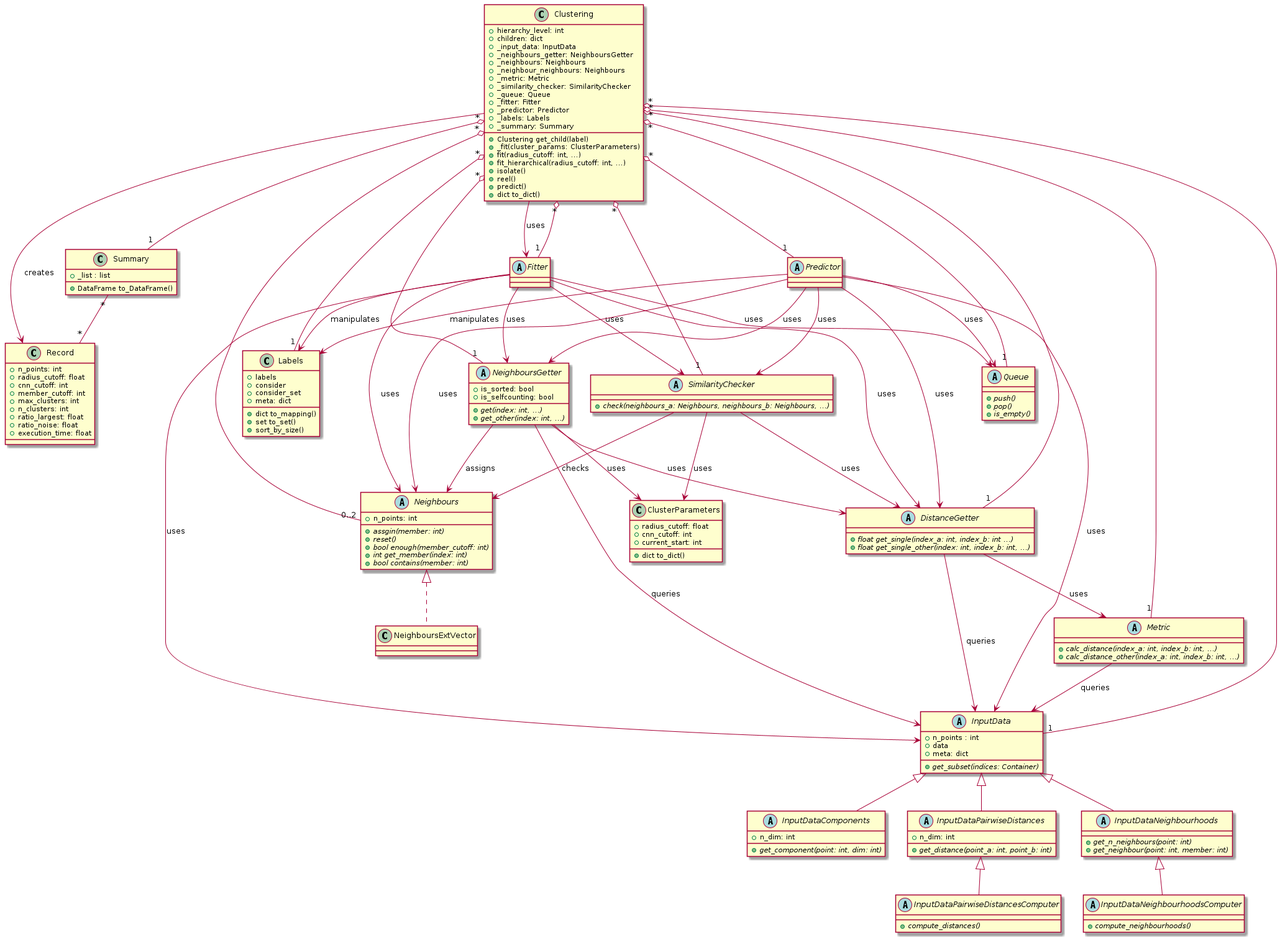
Earlier version of the PlantUML export docsrc/charts/classes/classes.png (janjoswig/CommonNNClustering). Source of this version:
```plantuml
@startuml

class Clustering {
    + hierarchy_level: int
    + children: dict
    + _input_data: InputData
    + _neighbours_getter: NeighboursGetter
    + _neighbours: Neighbours
    + _neighbour_neighbours: Neighbours
    + _metric: Metric
    + _similarity_checker: SimilarityChecker
    + _queue: Queue
    + _fitter: Fitter
    + _predictor: Predictor
    + _labels: Labels
    + _summary: Summary
    + Clustering get_child(label)
    + _fit(cluster_params: ClusterParameters)
    + fit(radius_cutoff: int, ...)
    + fit_hierarchical(radius_cutoff: int, ...)
    + isolate()
    + reel()
    + predict()
    + dict to_dict()
}

class Summary {
    + _list : list
    + DataFrame to_DataFrame()
}

class Record {
    + n_points: int
    + radius_cutoff: float
    + cnn_cutoff: int
    + member_cutoff: int
    + max_clusters: int
    + n_clusters: int
    + ratio_largest: float
    + ratio_noise: float
    + execution_time: float
}

class ClusterParameters {
    + radius_cutoff: float
    + cnn_cutoff: int
    + current_start: int
    + dict to_dict()
}

class Labels {
    + labels
    + consider
    + consider_set
    + meta: dict
    + dict to_mapping()
    + set to_set()
    + sort_by_size()
}

abstract class Neighbours {
  + n_points: int
  + {abstract} assgin(member: int)
  + {abstract} reset()
  + {abstract} bool enough(member_cutoff: int)
  + {abstract} int get_member(index: int)
  + {abstract} bool contains(member: int)
}

class NeighboursExtVector

Neighbours <|.. NeighboursExtVector

abstract class InputData {
  + n_points : int
  + data
  + meta: dict
  + {abstract} get_subset(indices: Container)
}

abstract class InputDataComponents {
  + n_dim: int
  + {abstract} get_component(point: int, dim: int)
}

abstract class InputDataPairwiseDistances {
  + n_dim: int
  + {abstract} get_distance(point_a: int, point_b: int)
}

abstract class InputDataPairwiseDistancesComputer {
  + {abstract} compute_distances()
}

abstract class InputDataNeighbourhoods {
  + {abstract} get_n_neighbours(point: int)
  + {abstract} get_neighbour(point: int, member: int)
}

abstract class InputDataNeighbourhoodsComputer {
  + {abstract} compute_neighbourhoods()
}

InputData <|-- InputDataComponents
InputData <|-- InputDataPairwiseDistances
InputData <|-- InputDataNeighbourhoods
InputDataNeighbourhoods <|-- InputDataNeighbourhoodsComputer
InputDataPairwiseDistances <|-- InputDataPairwiseDistancesComputer

abstract class Metric {
  + {abstract} calc_distance(index_a: int, index_b: int, ...)
  + {abstract} calc_distance_other(index_a: int, index_b: int, ...)
}

abstract class NeighboursGetter {
  + is_sorted: bool
  + is_selfcounting: bool
  + {abstract} get(index: int, ...)
  + {abstract} get_other(index: int, ...)
}

abstract class DistanceGetter {
  + {abstract} float get_single(index_a: int, index_b: int ...)
  + {abstract} float get_single_other(index: int, index_b: int, ...)
}

abstract class SimilarityChecker {
  + {abstract} check(neighbours_a: Neighbours, neighbours_b: Neighbours, ...)
}

abstract class Queue {
  + {abstract} push()
  + {abstract} pop()
  + {abstract} is_empty()
}

abstract class Fitter {
}

abstract class Predictor {
}

Clustering "*" o-- "1" InputData
Clustering "*" o-- "1" DistanceGetter
Clustering "*" o-- "1" NeighboursGetter
Clustering "*" o-- "0..2" Neighbours
Clustering "*" o-- "1" Metric
Clustering "*" o-- "1" SimilarityChecker
Clustering "*" o-- "1" Queue
Clustering "*" o-- "1" Fitter
Clustering "*" o-- "1" Predictor
Clustering "*" o-- "1" Labels
Clustering "*" o-- "1" Summary

Clustering --> Record : creates
Clustering --> Fitter : uses

NeighboursGetter --> Neighbours : assigns
NeighboursGetter --> InputData : queries
NeighboursGetter --> DistanceGetter : uses
NeighboursGetter --> ClusterParameters : uses

DistanceGetter --> InputData : queries
DistanceGetter --> Metric : uses

SimilarityChecker --> Neighbours : checks
SimilarityChecker --> DistanceGetter : uses
SimilarityChecker --> ClusterParameters : uses

Metric --> InputData : queries

Fitter --> InputData : uses
Fitter --> NeighboursGetter : uses
Fitter --> Neighbours : uses
Fitter --> DistanceGetter : uses
Fitter --> SimilarityChecker : uses
Fitter --> Queue : uses
Fitter --> Labels : manipulates

Predictor --> InputData : uses
Predictor --> NeighboursGetter : uses
Predictor --> Neighbours : uses
Predictor --> DistanceGetter : uses
Predictor --> SimilarityChecker : uses
Predictor --> Queue : uses
Predictor --> Labels : manipulates

Summary "*" -- "*" Record

@enduml
```
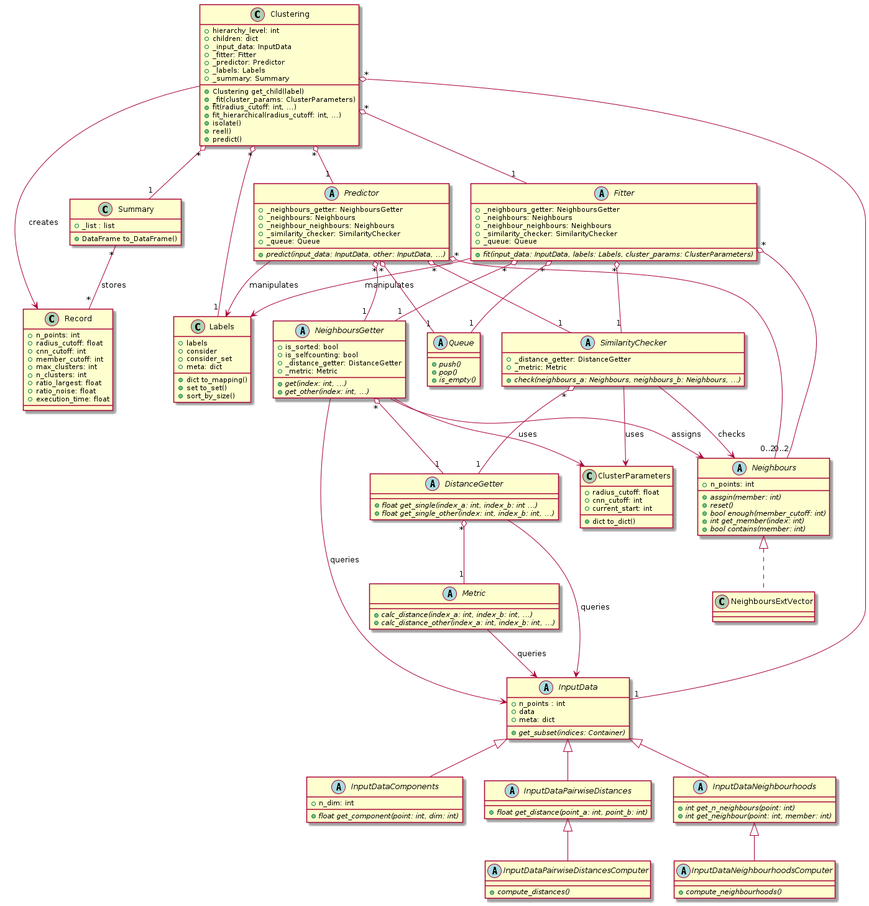
After the change.

Commit message:
Refactor: Abstract definitions to _interfaces.pyx

What changed in the source:
```diff
@@ -4,12 +4,6 @@
     + hierarchy_level: int
     + children: dict
     + _input_data: InputData
-    + _neighbours_getter: NeighboursGetter
-    + _neighbours: Neighbours
-    + _neighbour_neighbours: Neighbours
-    + _metric: Metric
-    + _similarity_checker: SimilarityChecker
-    + _queue: Queue
     + _fitter: Fitter
     + _predictor: Predictor
     + _labels: Labels
@@ -21,7 +15,6 @@
     + isolate()
     + reel()
     + predict()
-    + dict to_dict()
 }
 
 class Summary {
@@ -80,12 +73,11 @@
 
 abstract class InputDataComponents {
   + n_dim: int
-  + {abstract} get_component(point: int, dim: int)
+  + {abstract} float get_component(point: int, dim: int)
 }
 
 abstract class InputDataPairwiseDistances {
-  + n_dim: int
-  + {abstract} get_distance(point_a: int, point_b: int)
+  + {abstract} float get_distance(point_a: int, point_b: int)
 }
 
 abstract class InputDataPairwiseDistancesComputer {
@@ -93,8 +85,8 @@
 }
 
 abstract class InputDataNeighbourhoods {
-  + {abstract} get_n_neighbours(point: int)
-  + {abstract} get_neighbour(point: int, member: int)
+  + {abstract} int get_n_neighbours(point: int)
+  + {abstract} int get_neighbour(point: int, member: int)
 }
 
 abstract class InputDataNeighbourhoodsComputer {
@@ -115,6 +107,8 @@
 abstract class NeighboursGetter {
   + is_sorted: bool
   + is_selfcounting: bool
+  + _distance_getter: DistanceGetter
+  + _metric: Metric
   + {abstract} get(index: int, ...)
   + {abstract} get_other(index: int, ...)
 }
@@ -125,6 +119,8 @@
 }
 
 abstract class SimilarityChecker {
+  + _distance_getter: DistanceGetter
+  + _metric: Metric
   + {abstract} check(neighbours_a: Neighbours, neighbours_b: Neighbours, ...)
 }
 
@@ -135,56 +131,57 @@
 }
 
 abstract class Fitter {
+  + _neighbours_getter: NeighboursGetter
+  + _neighbours: Neighbours
+  + _neighbour_neighbours: Neighbours
+  + _similarity_checker: SimilarityChecker
+  + _queue: Queue
+  + {abstract} fit(input_data: InputData, labels: Labels, cluster_params: ClusterParameters)
 }
 
 abstract class Predictor {
+  + _neighbours_getter: NeighboursGetter
+  + _neighbours: Neighbours
+  + _neighbour_neighbours: Neighbours
+  + _similarity_checker: SimilarityChecker
+  + _queue: Queue
+  + {abstract} predict(input_data: InputData, other: InputData, ...)
 }
 
 Clustering "*" o-- "1" InputData
-Clustering "*" o-- "1" DistanceGetter
-Clustering "*" o-- "1" NeighboursGetter
-Clustering "*" o-- "0..2" Neighbours
-Clustering "*" o-- "1" Metric
-Clustering "*" o-- "1" SimilarityChecker
-Clustering "*" o-- "1" Queue
 Clustering "*" o-- "1" Fitter
 Clustering "*" o-- "1" Predictor
 Clustering "*" o-- "1" Labels
 Clustering "*" o-- "1" Summary
 
 Clustering --> Record : creates
-Clustering --> Fitter : uses
 
+NeighboursGetter "*" o-- "1" DistanceGetter
+NeighboursGetter --> InputData : queries
 NeighboursGetter --> Neighbours : assigns
-NeighboursGetter --> InputData : queries
-NeighboursGetter --> DistanceGetter : uses
 NeighboursGetter --> ClusterParameters : uses
 
 DistanceGetter --> InputData : queries
-DistanceGetter --> Metric : uses
+DistanceGetter "*" o-- "1" Metric
 
+SimilarityChecker "*" o-- "1" DistanceGetter
 SimilarityChecker --> Neighbours : checks
-SimilarityChecker --> DistanceGetter : uses
 SimilarityChecker --> ClusterParameters : uses
 
 Metric --> InputData : queries
 
-Fitter --> InputData : uses
-Fitter --> NeighboursGetter : uses
-Fitter --> Neighbours : uses
-Fitter --> DistanceGetter : uses
-Fitter --> SimilarityChecker : uses
-Fitter --> Queue : uses
+Fitter "*" o-- "1" NeighboursGetter
+Fitter "*" o-- "0..2" Neighbours
+Fitter "*" o-- "1" SimilarityChecker
+Fitter "*" o-- "1" Queue
 Fitter --> Labels : manipulates
 
-Predictor --> InputData : uses
-Predictor --> NeighboursGetter : uses
-Predictor --> Neighbours : uses
-Predictor --> DistanceGetter : uses
-Predictor --> SimilarityChecker : uses
-Predictor --> Queue : uses
+Predictor "*" o-- "1" NeighboursGetter
+Predictor "*" o-- "0..2" Neighbours
+Predictor "*" o-- "1" SimilarityChecker
+Predictor "*" o-- "1" Queue
 Predictor --> Labels : manipulates
 
-Summary "*" -- "*" Record
+Summary "*" -- "*" Record : stores
 
 @enduml
```
